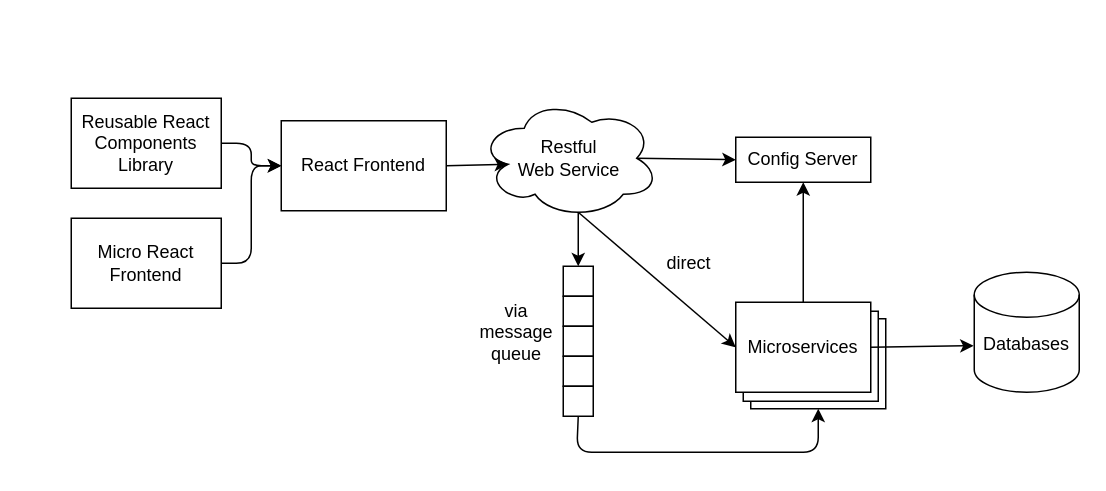
This is doc/JavaWebApp.drawio from awarenessxz/java-web-app, a draw.io file, before an edit. Source tidied: cells renumbered, new cells numbered last; positions are measured from the earlier drawing's top-left corner, leaving out a move shared by most shapes. Both pictures are drawn from the tidied source at 150%, with x=0, y=0 at pixel (70, 98).
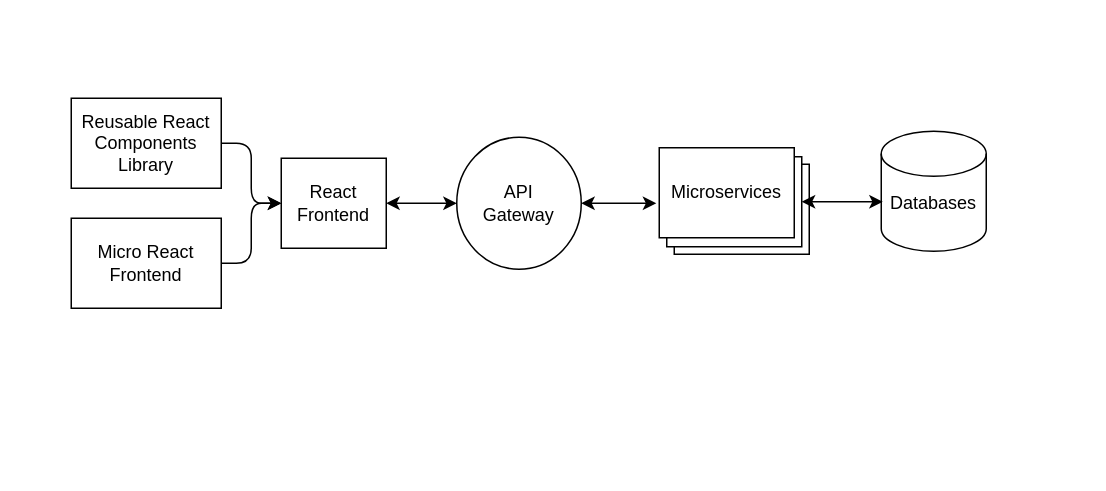
After the change.

Unchanged cells that the change refers to:
```xml
<mxCell id="3" value="Reusable React Components Library" style="rounded=0;whiteSpace=wrap;html=1;" parent="1" vertex="1">
  <mxGeometry width="100" height="60" as="geometry" />
</mxCell>
<mxCell id="4" value="Micro React Frontend" style="rounded=0;whiteSpace=wrap;html=1;" parent="1" vertex="1">
  <mxGeometry y="80" width="100" height="60" as="geometry" />
</mxCell>
<mxCell id="10" style="rounded=0;whiteSpace=wrap;html=1;strokeColor=#000000;fillColor=#ffffff;" parent="9" vertex="1">
  <mxGeometry x="10" y="11" width="90" height="60" as="geometry" />
</mxCell>
<mxCell id="11" style="rounded=0;whiteSpace=wrap;html=1;strokeColor=#000000;fillColor=#ffffff;" parent="9" vertex="1">
  <mxGeometry x="5" y="6" width="90" height="60" as="geometry" />
</mxCell>
<mxCell id="12" value="Microservices" style="rounded=0;whiteSpace=wrap;html=1;strokeColor=#000000;fillColor=#ffffff;" parent="9" vertex="1">
  <mxGeometry width="90" height="60" as="geometry" />
</mxCell>
```

What changed in the source:
```diff
@@
+    <mxCell id="29" style="rounded=0;whiteSpace=wrap;html=1;fillColor=none;strokeColor=none;" parent="1" vertex="1">
+      <mxGeometry x="-30" y="-48.5" width="680" height="234" as="geometry" />
+    </mxCell>
-    <mxCell id="2" value="React Frontend" style="rounded=0;whiteSpace=wrap;html=1;" parent="1" vertex="1">
-      <mxGeometry x="140" y="15" width="110" height="60" as="geometry" />
+    <mxCell id="2" value="&lt;div&gt;React &lt;br&gt;&lt;/div&gt;&lt;div&gt;Frontend&lt;/div&gt;" style="rounded=0;whiteSpace=wrap;html=1;" parent="1" vertex="1">
+      <mxGeometry x="140" y="40" width="70" height="60" as="geometry" />
     </mxCell>
@@
     <mxCell id="5" style="endArrow=classic;html=1;entryX=0;entryY=0.5;entryDx=0;entryDy=0;exitX=1;exitY=0.5;exitDx=0;exitDy=0;" parent="1" edge="1" source="3" target="2">
       <mxGeometry relative="1" as="geometry">
         <Array as="points">
           <mxPoint x="120" y="30" />
-          <mxPoint x="120" y="45" />
+          <mxPoint x="120" y="70" />
         </Array>
       </mxGeometry>
     </mxCell>
     <mxCell id="6" style="endArrow=classic;html=1;exitX=1;exitY=0.5;exitDx=0;exitDy=0;entryX=0;entryY=0.5;entryDx=0;entryDy=0;" parent="1" edge="1" source="4" target="2">
       <mxGeometry relative="1" as="geometry">
         <Array as="points">
           <mxPoint x="120" y="110" />
-          <mxPoint x="120" y="45" />
+          <mxPoint x="120" y="70" />
         </Array>
       </mxGeometry>
     </mxCell>
-    <mxCell id="7" value="Restful &lt;br&gt;Web Service" style="ellipse;shape=cloud;whiteSpace=wrap;html=1;strokeColor=#000000;fillColor=#ffffff;" parent="1" vertex="1">
-      <mxGeometry x="272" width="120" height="80" as="geometry" />
-    </mxCell>
-    <mxCell id="8" value="Config Server" style="rounded=0;whiteSpace=wrap;html=1;strokeColor=#000000;fillColor=#ffffff;" parent="1" vertex="1">
-      <mxGeometry x="443" y="26" width="90" height="30" as="geometry" />
-    </mxCell>
     <mxCell id="9" style="group;" parent="1" vertex="1">
-      <mxGeometry x="443" y="136" width="100" height="71" as="geometry" />
+      <mxGeometry x="392" y="33" width="100" height="71" as="geometry" />
     </mxCell>
@@
-    <mxCell id="13" style="endArrow=classic;html=1;exitX=0.5;exitY=0;exitDx=0;exitDy=0;entryX=0.5;entryY=1;entryDx=0;entryDy=0;" parent="1" edge="1" source="12" target="8">
-      <mxGeometry relative="1" as="geometry" />
-    </mxCell>
-    <mxCell id="14" style="endArrow=classic;html=1;entryX=0.16;entryY=0.55;entryDx=0;entryDy=0;entryPerimeter=0;exitX=1;exitY=0.5;exitDx=0;exitDy=0;" parent="1" edge="1" source="2" target="7">
-      <mxGeometry relative="1" as="geometry" />
-    </mxCell>
     <mxCell id="15" value="&lt;br&gt;Databases" style="shape=cylinder2;whiteSpace=wrap;html=1;boundedLbl=1;backgroundOutline=1;size=15;strokeColor=#000000;fillColor=#ffffff;" parent="1" vertex="1">
-      <mxGeometry x="602" y="116" width="70" height="80" as="geometry" />
+      <mxGeometry x="540" y="22" width="70" height="80" as="geometry" />
     </mxCell>
-    <mxCell id="16" style="endArrow=classic;html=1;exitX=1;exitY=0.5;exitDx=0;exitDy=0;entryX=-0.006;entryY=0.612;entryDx=0;entryDy=0;entryPerimeter=0;" parent="1" edge="1" source="12" target="15">
-      <mxGeometry relative="1" as="geometry" />
-    </mxCell>
-    <mxCell id="17" style="endArrow=classic;html=1;entryX=0;entryY=0.5;entryDx=0;entryDy=0;exitX=0.875;exitY=0.5;exitDx=0;exitDy=0;exitPerimeter=0;" parent="1" edge="1" source="7" target="8">
-      <mxGeometry relative="1" as="geometry" />
-    </mxCell>
-    <mxCell id="18" style="group;" parent="1" vertex="1">
-      <mxGeometry x="328" y="112" width="20" height="100" as="geometry" />
-    </mxCell>
-    <mxCell id="19" style="rounded=0;whiteSpace=wrap;html=1;strokeColor=#000000;fillColor=#ffffff;rotation=-270;" parent="18" vertex="1">
-      <mxGeometry width="20" height="20" as="geometry" />
-    </mxCell>
-    <mxCell id="20" style="rounded=0;whiteSpace=wrap;html=1;strokeColor=#000000;fillColor=#ffffff;rotation=-270;" parent="18" vertex="1">
-      <mxGeometry y="20" width="20" height="20" as="geometry" />
-    </mxCell>
-    <mxCell id="21" style="rounded=0;whiteSpace=wrap;html=1;strokeColor=#000000;fillColor=#ffffff;rotation=-270;direction=north;" parent="18" vertex="1">
-      <mxGeometry y="40" width="20" height="20" as="geometry" />
-    </mxCell>
-    <mxCell id="22" style="rounded=0;whiteSpace=wrap;html=1;strokeColor=#000000;fillColor=#ffffff;rotation=-270;" parent="18" vertex="1">
-      <mxGeometry y="60" width="20" height="20" as="geometry" />
-    </mxCell>
-    <mxCell id="23" style="rounded=0;whiteSpace=wrap;html=1;strokeColor=#000000;fillColor=#ffffff;rotation=-270;" parent="18" vertex="1">
-      <mxGeometry y="80" width="20" height="20" as="geometry" />
-    </mxCell>
-    <mxCell id="24" style="endArrow=classic;html=1;exitX=0.55;exitY=0.95;exitDx=0;exitDy=0;exitPerimeter=0;entryX=0;entryY=0.5;entryDx=0;entryDy=0;" parent="1" edge="1" source="7" target="19">
-      <mxGeometry relative="1" as="geometry" />
-    </mxCell>
-    <mxCell id="25" style="endArrow=classic;html=1;exitX=1;exitY=0.5;exitDx=0;exitDy=0;entryX=0.5;entryY=1;entryDx=0;entryDy=0;" parent="1" edge="1" source="23" target="10">
-      <mxGeometry relative="1" as="geometry">
-        <Array as="points">
-          <mxPoint x="337" y="236" />
-          <mxPoint x="498" y="236" />
-        </Array>
-      </mxGeometry>
-    </mxCell>
-    <mxCell id="26" style="endArrow=classic;html=1;exitX=0.55;exitY=0.95;exitDx=0;exitDy=0;exitPerimeter=0;entryX=0;entryY=0.5;entryDx=0;entryDy=0;" parent="1" edge="1" source="7" target="12">
-      <mxGeometry relative="1" as="geometry" />
-    </mxCell>
-    <mxCell id="27" value="direct" style="text;html=1;strokeColor=none;fillColor=none;align=center;verticalAlign=middle;whiteSpace=wrap;rounded=0;rotation=0;" parent="1" vertex="1">
-      <mxGeometry x="392" y="100" width="40" height="20" as="geometry" />
-    </mxCell>
-    <mxCell id="28" value="via message queue" style="text;html=1;strokeColor=none;fillColor=none;align=center;verticalAlign=middle;whiteSpace=wrap;rounded=0;" parent="1" vertex="1">
-      <mxGeometry x="277" y="146" width="40" height="20" as="geometry" />
-    </mxCell>
+    <mxCell id="30" value="&lt;div&gt;API &lt;br&gt;&lt;/div&gt;&lt;div&gt;Gateway&lt;/div&gt;" style="ellipse;whiteSpace=wrap;html=1;" parent="1" vertex="1">
+      <mxGeometry x="257" y="26" width="83" height="88" as="geometry" />
+    </mxCell>
+    <mxCell id="31" style="endArrow=classic;startArrow=classic;html=1;entryX=0;entryY=0.5;entryDx=0;entryDy=0;exitX=1;exitY=0.5;exitDx=0;exitDy=0;" parent="1" edge="1" source="2" target="30">
+      <mxGeometry relative="1" as="geometry" />
+    </mxCell>
+    <mxCell id="32" style="endArrow=classic;startArrow=classic;html=1;entryX=-0.022;entryY=0.617;entryDx=0;entryDy=0;exitX=1;exitY=0.5;exitDx=0;exitDy=0;entryPerimeter=0;" parent="1" edge="1" source="30" target="12">
+      <mxGeometry relative="1" as="geometry" />
+    </mxCell>
+    <mxCell id="33" style="endArrow=classic;startArrow=classic;html=1;exitX=1;exitY=0.5;exitDx=0;exitDy=0;" parent="1" edge="1" source="11">
+      <mxGeometry relative="1" as="geometry">
+        <mxPoint x="541" y="69" as="targetPoint" />
+      </mxGeometry>
+    </mxCell>
```
